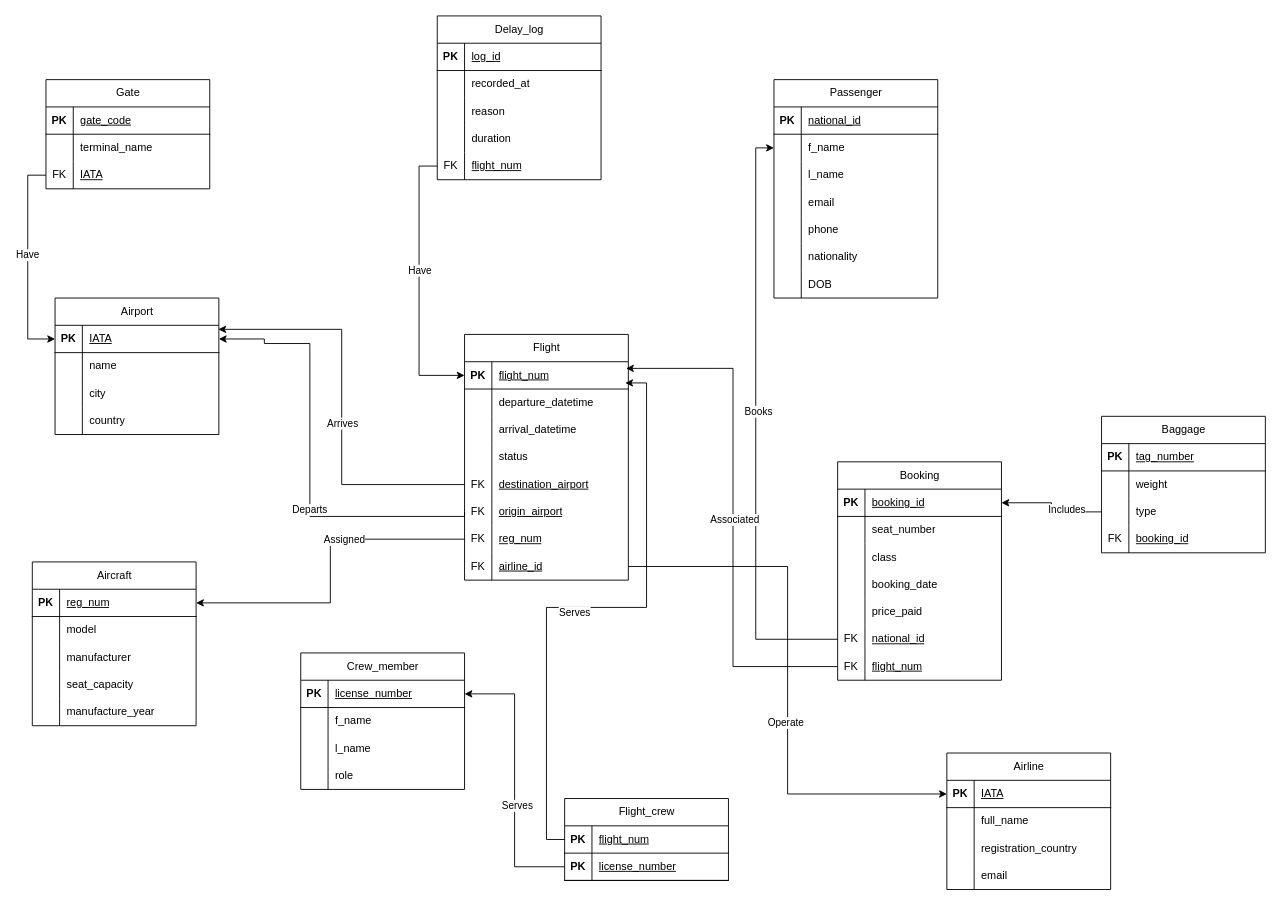
This is CR-001/SAS_Mapping_Update.drawio from Mohammed-Alhassni/Database-Project-SkyTrack-Airline-System, a draw.io file, before an edit. Source tidied: cells renumbered, new cells numbered last; positions are measured from the earlier drawing's top-left corner, leaving out a move shared by most shapes. Both pictures are drawn from the tidied source at 91%, with x=0, y=0 at pixel (32, 15).
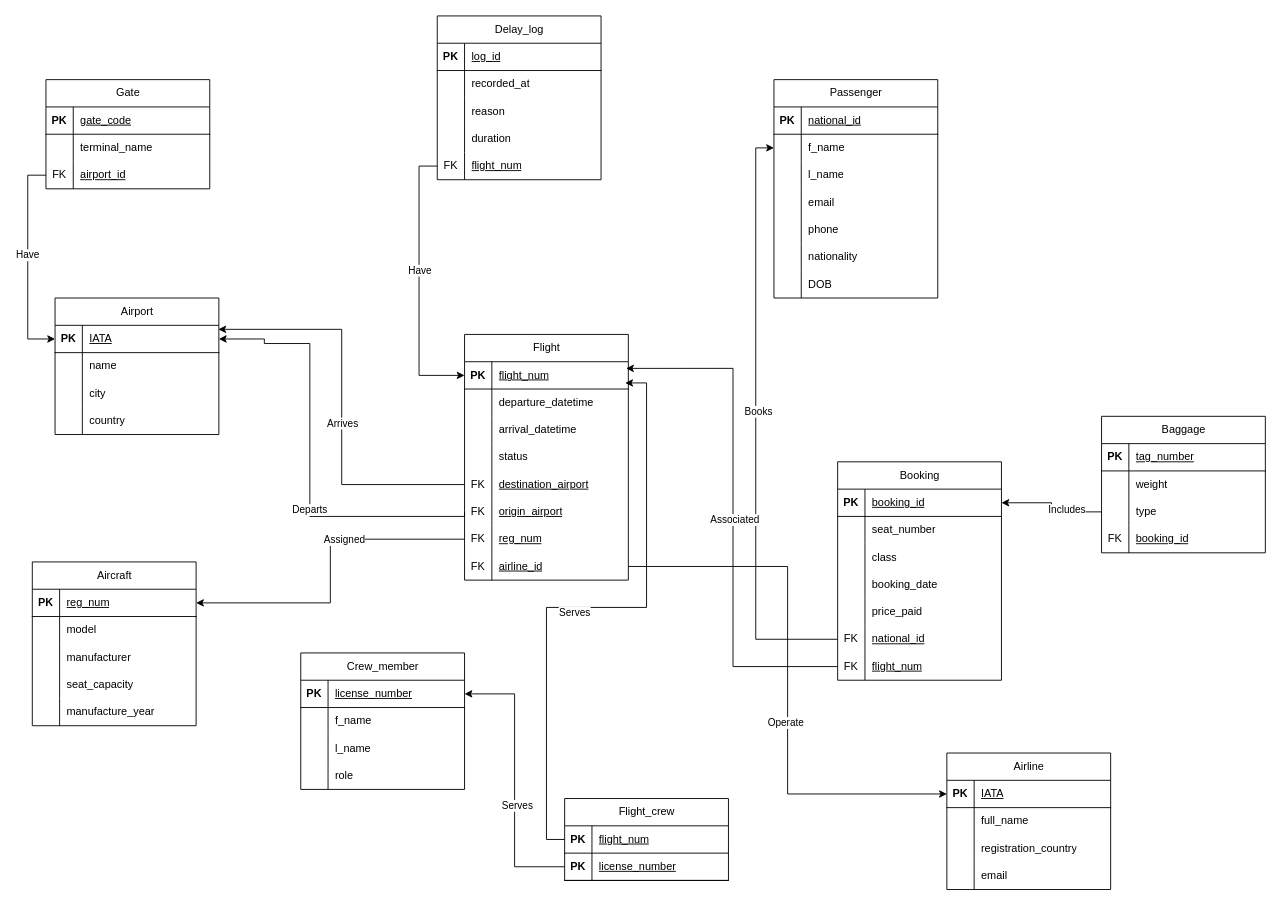
The same page after the edit.

Commit message:
Updated naming of foreing key in the gate

Unchanged cells that the change refers to:
```xml
<mxCell id="174" style="shape=tableRow;horizontal=0;startSize=0;swimlaneHead=0;swimlaneBody=0;fillColor=none;points=[[0,0.5],[1,0.5]];portConstraint=eastwest;top=0;left=0;right=0;bottom=0;" parent="167" vertex="1">
  <mxGeometry y="90" width="180" height="30" as="geometry" />
</mxCell>
```

Diff of the diagram source:
```diff
@@
-    <mxCell id="176" value="&lt;span style=&quot;text-align: center; text-decoration: underline;&quot;&gt;IATA&lt;/span&gt;" style="shape=partialRectangle;fillColor=none;top=0;left=0;bottom=0;right=0;align=left;spacingLeft=6;overflow=hidden;whiteSpace=wrap;html=1;" parent="174" vertex="1">
+    <mxCell id="176" value="&lt;span style=&quot;text-align: center; text-decoration: underline;&quot;&gt;airport_id&lt;/span&gt;" style="shape=partialRectangle;fillColor=none;top=0;left=0;bottom=0;right=0;align=left;spacingLeft=6;overflow=hidden;whiteSpace=wrap;html=1;" parent="174" vertex="1">
       <mxGeometry x="30" width="150" height="30" as="geometry" />
     </mxCell>
```
